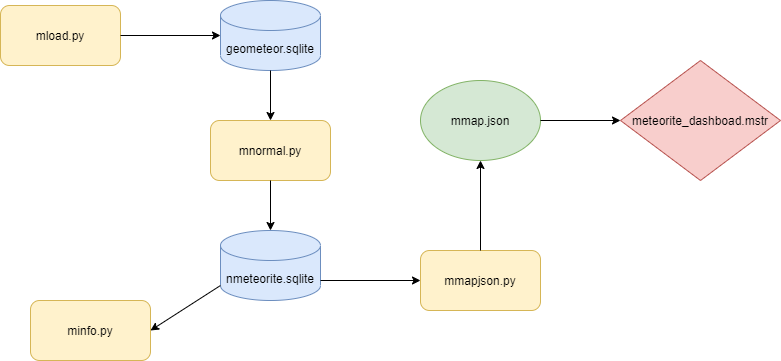
This is images/meteorite study workflow.png from Eric-Ranger/EricRanger.github.io, a draw.io export, as it was before one commit. Source tidied: cells renumbered, new cells last; positions are measured from the earlier drawing's top-left corner, leaving out a move shared by most shapes.
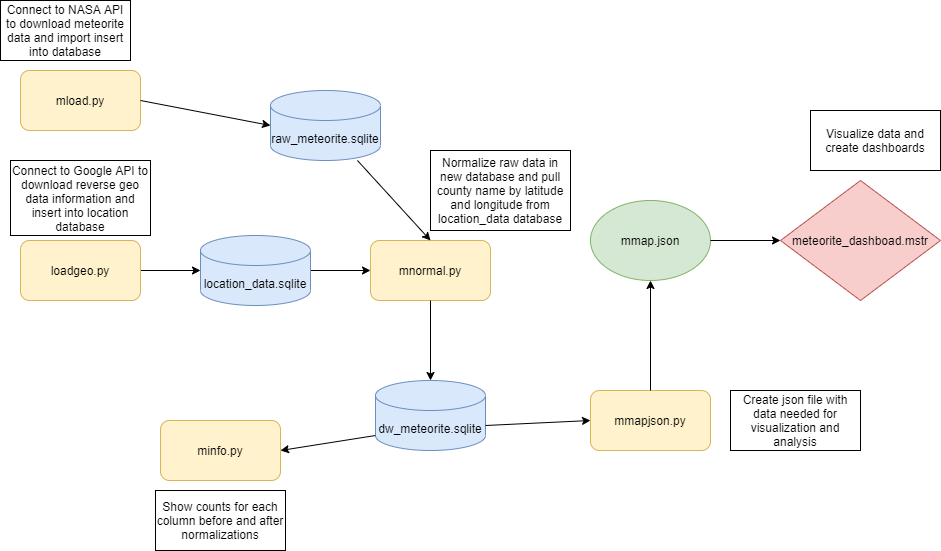
After the commit.

What changed in the source:
```diff
@@ -2,34 +2,34 @@
   <root>
     <mxCell id="0" />
     <mxCell id="1" parent="0" />
-    <mxCell id="2" value="geometeor.sqlite" style="shape=cylinder3;whiteSpace=wrap;html=1;boundedLbl=1;backgroundOutline=1;size=15;fillColor=#dae8fc;strokeColor=#6c8ebf;" parent="1" vertex="1">
-      <mxGeometry x="220" width="100" height="70" as="geometry" />
+    <mxCell id="2" value="raw_meteorite.sqlite" style="shape=cylinder3;whiteSpace=wrap;html=1;boundedLbl=1;backgroundOutline=1;size=15;fillColor=#dae8fc;strokeColor=#6c8ebf;" parent="1" vertex="1">
+      <mxGeometry x="400" y="70" width="110" height="70" as="geometry" />
     </mxCell>
     <mxCell id="3" value="mload.py" style="rounded=1;whiteSpace=wrap;html=1;fillColor=#fff2cc;strokeColor=#d6b656;" parent="1" vertex="1">
-      <mxGeometry y="5" width="120" height="60" as="geometry" />
+      <mxGeometry x="150" y="50" width="120" height="60" as="geometry" />
     </mxCell>
     <mxCell id="4" value="mnormal.py" style="rounded=1;whiteSpace=wrap;html=1;fillColor=#fff2cc;strokeColor=#d6b656;" parent="1" vertex="1">
-      <mxGeometry x="210" y="120" width="120" height="60" as="geometry" />
+      <mxGeometry x="500" y="220" width="120" height="60" as="geometry" />
     </mxCell>
-    <mxCell id="5" value="nmeteorite.sqlite" style="shape=cylinder3;whiteSpace=wrap;html=1;boundedLbl=1;backgroundOutline=1;size=15;fillColor=#dae8fc;strokeColor=#6c8ebf;" parent="1" vertex="1">
-      <mxGeometry x="220" y="230" width="100" height="70" as="geometry" />
+    <mxCell id="5" value="dw_meteorite.sqlite" style="shape=cylinder3;whiteSpace=wrap;html=1;boundedLbl=1;backgroundOutline=1;size=15;fillColor=#dae8fc;strokeColor=#6c8ebf;" parent="1" vertex="1">
+      <mxGeometry x="505" y="360" width="110" height="70" as="geometry" />
     </mxCell>
     <mxCell id="6" value="minfo.py" style="rounded=1;whiteSpace=wrap;html=1;fillColor=#fff2cc;strokeColor=#d6b656;" parent="1" vertex="1">
-      <mxGeometry x="30" y="300" width="120" height="60" as="geometry" />
+      <mxGeometry x="290" y="400" width="120" height="60" as="geometry" />
     </mxCell>
     <mxCell id="7" value="mmapjson.py" style="rounded=1;whiteSpace=wrap;html=1;fillColor=#fff2cc;strokeColor=#d6b656;" parent="1" vertex="1">
-      <mxGeometry x="420" y="250" width="120" height="60" as="geometry" />
+      <mxGeometry x="720" y="370" width="120" height="60" as="geometry" />
     </mxCell>
     <mxCell id="8" value="mmap.json" style="ellipse;whiteSpace=wrap;html=1;fillColor=#d5e8d4;strokeColor=#82b366;" parent="1" vertex="1">
-      <mxGeometry x="420" y="80" width="120" height="80" as="geometry" />
+      <mxGeometry x="720" y="180" width="120" height="80" as="geometry" />
     </mxCell>
     <mxCell id="9" value="meteorite_dashboad.mstr" style="rhombus;whiteSpace=wrap;html=1;fillColor=#f8cecc;strokeColor=#b85450;" parent="1" vertex="1">
-      <mxGeometry x="620" y="60" width="160" height="120" as="geometry" />
+      <mxGeometry x="910" y="160" width="160" height="120" as="geometry" />
     </mxCell>
     <mxCell id="10" style="endArrow=classic;html=1;exitX=1;exitY=0.5;exitDx=0;exitDy=0;entryX=0;entryY=0.5;entryDx=0;entryDy=0;entryPerimeter=0;" parent="1" edge="1" source="3" target="2">
       <mxGeometry relative="1" as="geometry" />
     </mxCell>
-    <mxCell id="11" style="endArrow=classic;html=1;exitX=0.5;exitY=1;exitDx=0;exitDy=0;entryX=0.5;entryY=0;entryDx=0;entryDy=0;exitPerimeter=0;" parent="1" edge="1" source="2" target="4">
+    <mxCell id="11" style="endArrow=classic;html=1;entryX=0.5;entryY=0;entryDx=0;entryDy=0;" parent="1" edge="1" source="2" target="4">
       <mxGeometry relative="1" as="geometry" />
     </mxCell>
     <mxCell id="12" style="endArrow=classic;html=1;exitX=0.5;exitY=1;exitDx=0;exitDy=0;entryX=0.5;entryY=0;entryDx=0;entryDy=0;exitPerimeter=0;entryPerimeter=0;" parent="1" edge="1" source="4" target="5">
@@ -38,10 +38,8 @@
     <mxCell id="13" style="endArrow=classic;html=1;exitX=0;exitY=1;exitDx=0;exitDy=-15;entryX=1;entryY=0.5;entryDx=0;entryDy=0;exitPerimeter=0;" parent="1" edge="1" source="5" target="6">
       <mxGeometry relative="1" as="geometry" />
     </mxCell>
-    <mxCell id="14" style="endArrow=classic;html=1;entryX=0;entryY=0.5;entryDx=0;entryDy=0;" parent="1" edge="1" target="7">
-      <mxGeometry relative="1" as="geometry">
-        <mxPoint x="320" y="280" as="sourcePoint" />
-      </mxGeometry>
+    <mxCell id="14" style="endArrow=classic;html=1;entryX=0;entryY=0.5;entryDx=0;entryDy=0;exitX=1;exitY=0;exitDx=0;exitDy=45;exitPerimeter=0;" parent="1" edge="1" source="5" target="7">
+      <mxGeometry relative="1" as="geometry" />
     </mxCell>
     <mxCell id="15" style="endArrow=classic;html=1;entryX=0.5;entryY=1;entryDx=0;entryDy=0;" parent="1" edge="1" source="7" target="8">
       <mxGeometry relative="1" as="geometry" />
@@ -49,5 +47,35 @@
     <mxCell id="16" style="endArrow=classic;html=1;exitX=1;exitY=0.5;exitDx=0;exitDy=0;" parent="1" edge="1" source="8" target="9">
       <mxGeometry relative="1" as="geometry" />
     </mxCell>
+    <mxCell id="17" style="edgeStyle=orthogonalEdgeStyle;rounded=0;jettySize=auto;html=1;exitX=1;exitY=0.5;exitDx=0;exitDy=0;" parent="1" edge="1" source="18" target="20">
+      <mxGeometry relative="1" as="geometry" />
+    </mxCell>
+    <mxCell id="18" value="loadgeo.py" style="rounded=1;whiteSpace=wrap;html=1;fillColor=#fff2cc;strokeColor=#d6b656;" parent="1" vertex="1">
+      <mxGeometry x="150" y="220" width="120" height="60" as="geometry" />
+    </mxCell>
+    <mxCell id="19" style="edgeStyle=orthogonalEdgeStyle;rounded=0;jettySize=auto;html=1;exitX=1;exitY=0.5;exitDx=0;exitDy=0;exitPerimeter=0;" parent="1" edge="1" source="20" target="4">
+      <mxGeometry relative="1" as="geometry" />
+    </mxCell>
+    <mxCell id="20" value="location_data.sqlite" style="shape=cylinder3;whiteSpace=wrap;html=1;boundedLbl=1;backgroundOutline=1;size=15;fillColor=#dae8fc;strokeColor=#6c8ebf;" parent="1" vertex="1">
+      <mxGeometry x="330" y="215" width="110" height="70" as="geometry" />
+    </mxCell>
+    <mxCell id="21" value="Connect to NASA API to download meteorite data and import insert into database" style="shape=note;whiteSpace=wrap;html=1;backgroundOutline=1;darkOpacity=0.05;size=0;" parent="1" vertex="1">
+      <mxGeometry x="130" y="-20" width="130" height="60" as="geometry" />
+    </mxCell>
+    <mxCell id="22" value="Connect to Google API to download reverse geo data information and insert into location database" style="shape=note;whiteSpace=wrap;html=1;backgroundOutline=1;darkOpacity=0.05;size=0;" parent="1" vertex="1">
+      <mxGeometry x="140" y="140" width="140" height="75" as="geometry" />
+    </mxCell>
+    <mxCell id="23" value="Normalize raw data in new database and pull county name by latitude and longitude from location_data database" style="shape=note;whiteSpace=wrap;html=1;backgroundOutline=1;darkOpacity=0.05;size=0;" parent="1" vertex="1">
+      <mxGeometry x="560" y="130" width="140" height="80" as="geometry" />
+    </mxCell>
+    <mxCell id="24" value="Show counts for each column before and after normalizations" style="shape=note;whiteSpace=wrap;html=1;backgroundOutline=1;darkOpacity=0.05;size=0;" parent="1" vertex="1">
+      <mxGeometry x="285" y="470" width="130" height="60" as="geometry" />
+    </mxCell>
+    <mxCell id="25" value="Create json file with data needed for visualization and analysis" style="shape=note;whiteSpace=wrap;html=1;backgroundOutline=1;darkOpacity=0.05;size=0;" parent="1" vertex="1">
+      <mxGeometry x="860" y="370" width="130" height="60" as="geometry" />
+    </mxCell>
+    <mxCell id="26" value="Visualize data and create dashboards" style="shape=note;whiteSpace=wrap;html=1;backgroundOutline=1;darkOpacity=0.05;size=0;" parent="1" vertex="1">
+      <mxGeometry x="940" y="90" width="130" height="60" as="geometry" />
+    </mxCell>
   </root>
 </mxGraphModel>
```
